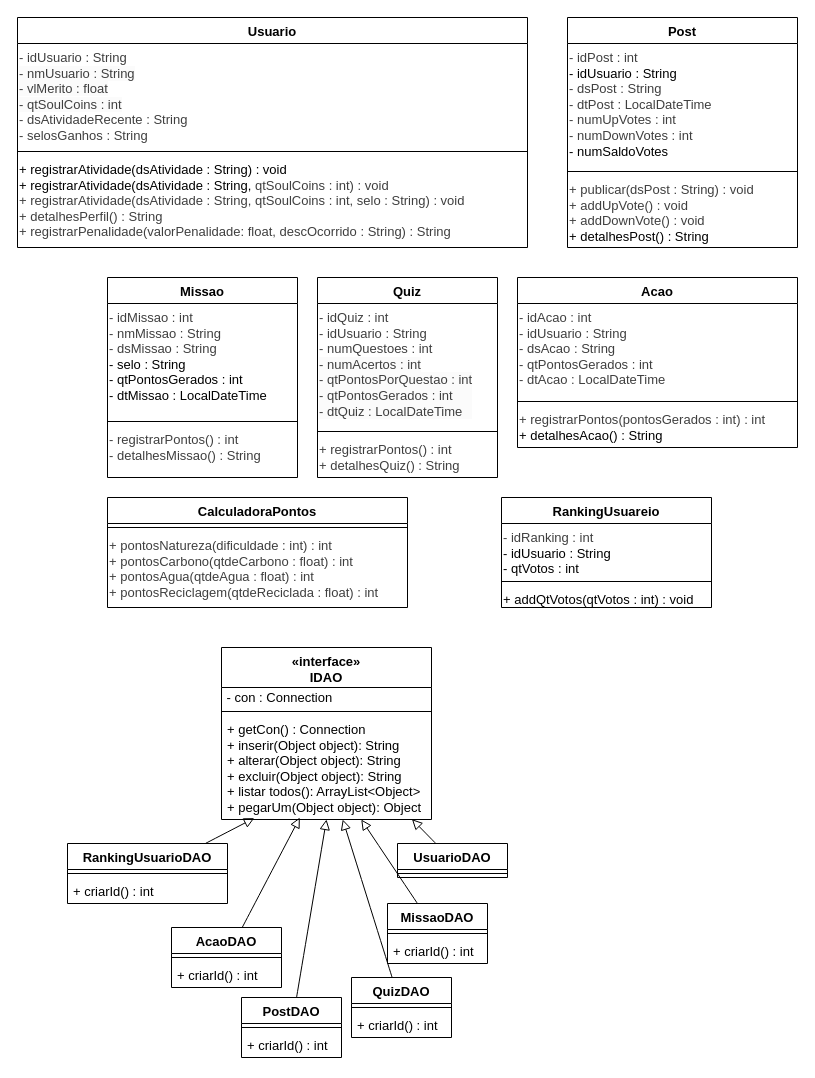
The draw.io diagram diagrams/java/diagrama-classes.drawio in SolConTech/ecoscore-java-db, before the edit. Source tidied: cells renumbered, new cells numbered last; positions are measured from the earlier drawing's top-left corner, leaving out a move shared by most shapes. Both pictures are drawn from the tidied source at 100%, with x=0, y=0 at pixel (17, 17).
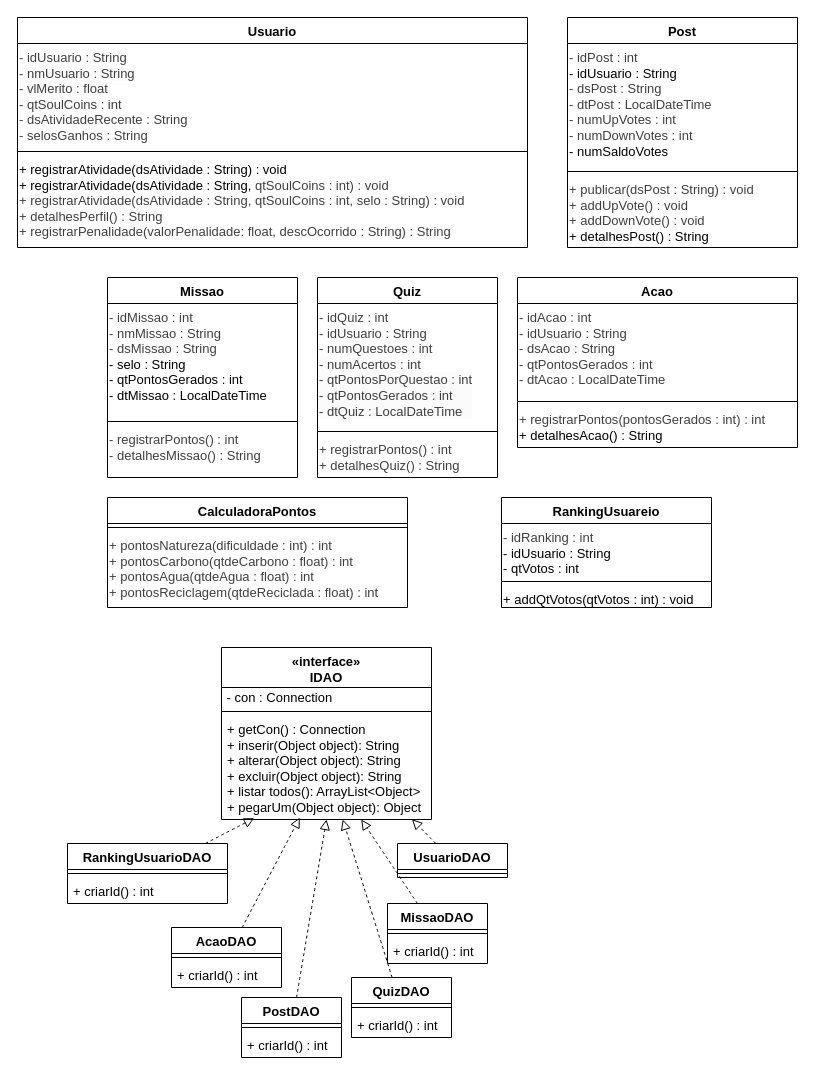
The same diagram, later.

Commit message:
docs: Corrigindo implementação da interface

The change refers to these unchanged cells:
```xml
<mxCell id="29" value="«interface»&lt;div&gt;IDAO&lt;/div&gt;" style="swimlane;fontStyle=1;align=center;verticalAlign=top;horizontal=1;startSize=40;whiteSpace=wrap;html=1;fontSize=13;" parent="1" vertex="1">
  <mxGeometry x="204" y="630" width="210" height="172" as="geometry" />
</mxCell>
<mxCell id="32" value="&lt;div&gt;+ getCon() : Connection&lt;/div&gt;+ inserir(Object object): String&lt;div&gt;+ alterar(Object object): String&lt;/div&gt;&lt;div&gt;+ excluir(Object object): String&lt;/div&gt;&lt;div&gt;+ listar todos(): ArrayList&amp;lt;Object&amp;gt;&lt;/div&gt;&lt;div&gt;+ pegarUm(Object object): Object&lt;/div&gt;" style="text;strokeColor=none;fillColor=none;align=left;verticalAlign=top;spacingLeft=4;spacingRight=4;overflow=hidden;points=[[0,0.5],[1,0.5]];portConstraint=eastwest;whiteSpace=wrap;html=1;fontSize=13;" parent="29" vertex="1">
  <mxGeometry y="68" width="210" height="104" as="geometry" />
</mxCell>
<mxCell id="34" value="RankingUsuarioDAO" style="swimlane;fontStyle=1;align=center;verticalAlign=top;horizontal=1;startSize=26;whiteSpace=wrap;html=1;fontSize=13;" parent="1" vertex="1">
  <mxGeometry x="50" y="826" width="160" height="60" as="geometry" />
</mxCell>
<mxCell id="38" value="PostDAO" style="swimlane;fontStyle=1;align=center;verticalAlign=top;horizontal=1;startSize=26;whiteSpace=wrap;html=1;fontSize=13;" parent="1" vertex="1">
  <mxGeometry x="224" y="980" width="100" height="60" as="geometry" />
</mxCell>
<mxCell id="42" value="MissaoDAO" style="swimlane;fontStyle=1;align=center;verticalAlign=top;horizontal=1;startSize=26;whiteSpace=wrap;html=1;fontSize=13;" parent="1" vertex="1">
  <mxGeometry x="370" y="886" width="100" height="60" as="geometry" />
</mxCell>
<mxCell id="45" value="AcaoDAO" style="swimlane;fontStyle=1;align=center;verticalAlign=top;horizontal=1;startSize=26;whiteSpace=wrap;html=1;fontSize=13;" parent="1" vertex="1">
  <mxGeometry x="154" y="910" width="110" height="60" as="geometry" />
</mxCell>
<mxCell id="49" value="QuizDAO" style="swimlane;fontStyle=1;align=center;verticalAlign=top;horizontal=1;startSize=26;whiteSpace=wrap;html=1;fontSize=13;" parent="1" vertex="1">
  <mxGeometry x="334" y="960" width="100" height="60" as="geometry" />
</mxCell>
<mxCell id="53" value="UsuarioDAO" style="swimlane;fontStyle=1;align=center;verticalAlign=top;horizontal=1;startSize=26;whiteSpace=wrap;html=1;fontSize=13;" parent="1" vertex="1">
  <mxGeometry x="380" y="826" width="110" height="34" as="geometry" />
</mxCell>
```

Diff of the diagram source:
```diff
@@
-    <mxCell id="33" style="edgeStyle=none;curved=1;rounded=0;jettySize=auto;html=1;entryX=0.156;entryY=0.987;entryDx=0;entryDy=0;fontSize=13;startSize=8;endSize=8;entryPerimeter=0;endArrow=block;endFill=0;" parent="1" edge="1" source="34" target="32">
+    <mxCell id="33" style="edgeStyle=none;curved=1;rounded=0;jettySize=auto;html=1;entryX=0.156;entryY=0.987;entryDx=0;entryDy=0;fontSize=13;startSize=8;endSize=8;entryPerimeter=0;endArrow=block;endFill=0;dashed=1;" parent="1" edge="1" source="34" target="32">
       <mxGeometry relative="1" as="geometry" />
     </mxCell>
@@
-    <mxCell id="37" style="edgeStyle=none;curved=1;rounded=0;jettySize=auto;html=1;entryX=0.5;entryY=1;entryDx=0;entryDy=0;fontSize=13;startSize=8;endSize=8;endArrow=block;endFill=0;" parent="1" edge="1" source="38" target="29">
+    <mxCell id="37" style="edgeStyle=none;curved=1;rounded=0;jettySize=auto;html=1;entryX=0.5;entryY=1;entryDx=0;entryDy=0;fontSize=13;startSize=8;endSize=8;endArrow=block;endFill=0;dashed=1;" parent="1" edge="1" source="38" target="29">
       <mxGeometry relative="1" as="geometry" />
     </mxCell>
@@
-    <mxCell id="41" style="edgeStyle=none;curved=1;rounded=0;jettySize=auto;html=1;fontSize=13;startSize=8;endSize=8;endArrow=block;endFill=0;" parent="1" edge="1" source="42" target="32">
+    <mxCell id="41" style="edgeStyle=none;curved=1;rounded=0;jettySize=auto;html=1;fontSize=13;startSize=8;endSize=8;endArrow=block;endFill=0;dashed=1;" parent="1" edge="1" source="42" target="32">
       <mxGeometry relative="1" as="geometry" />
     </mxCell>
@@
-    <mxCell id="48" style="edgeStyle=none;curved=1;rounded=0;jettySize=auto;html=1;fontSize=13;startSize=8;endSize=8;endArrow=block;endFill=0;" parent="1" edge="1" source="49" target="32">
+    <mxCell id="48" style="edgeStyle=none;curved=1;rounded=0;jettySize=auto;html=1;fontSize=13;startSize=8;endSize=8;endArrow=block;endFill=0;dashed=1;" parent="1" edge="1" source="49" target="32">
       <mxGeometry relative="1" as="geometry" />
     </mxCell>
@@
-    <mxCell id="52" style="edgeStyle=none;curved=1;rounded=0;jettySize=auto;html=1;entryX=0.907;entryY=0.997;entryDx=0;entryDy=0;fontSize=13;startSize=8;endSize=8;entryPerimeter=0;endArrow=block;endFill=0;" parent="1" edge="1" source="53" target="32">
+    <mxCell id="52" style="edgeStyle=none;curved=1;rounded=0;jettySize=auto;html=1;entryX=0.907;entryY=0.997;entryDx=0;entryDy=0;fontSize=13;startSize=8;endSize=8;entryPerimeter=0;endArrow=block;endFill=0;dashed=1;" parent="1" edge="1" source="53" target="32">
       <mxGeometry relative="1" as="geometry" />
     </mxCell>
@@
-    <mxCell id="55" style="edgeStyle=none;curved=1;rounded=0;jettySize=auto;html=1;entryX=0.373;entryY=0.981;entryDx=0;entryDy=0;entryPerimeter=0;fontSize=13;startSize=8;endSize=8;endArrow=block;endFill=0;" parent="1" edge="1" source="45" target="32">
+    <mxCell id="55" style="edgeStyle=none;curved=1;rounded=0;jettySize=auto;html=1;entryX=0.373;entryY=0.981;entryDx=0;entryDy=0;entryPerimeter=0;fontSize=13;startSize=8;endSize=8;endArrow=block;endFill=0;dashed=1;" parent="1" edge="1" source="45" target="32">
       <mxGeometry relative="1" as="geometry" />
     </mxCell>
```
